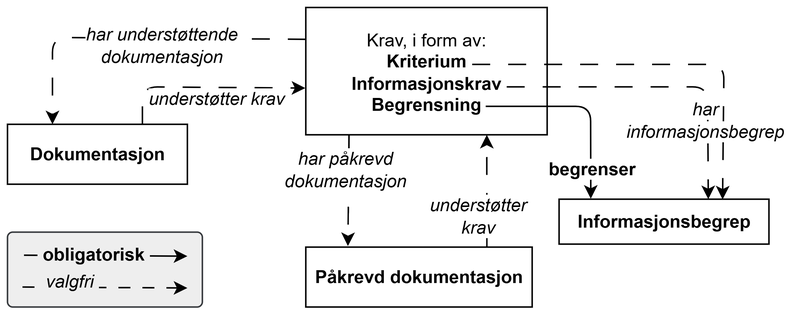
This is docs/images/CCCEV-AP-NO-forenklet-fremstilling.png from Informasjonsforvaltning/cccev-ap-no, a draw.io export, as it was before one commit. Source tidied: cells renumbered, new cells last; positions are measured from the earlier drawing's top-left corner, leaving out a move shared by most shapes.
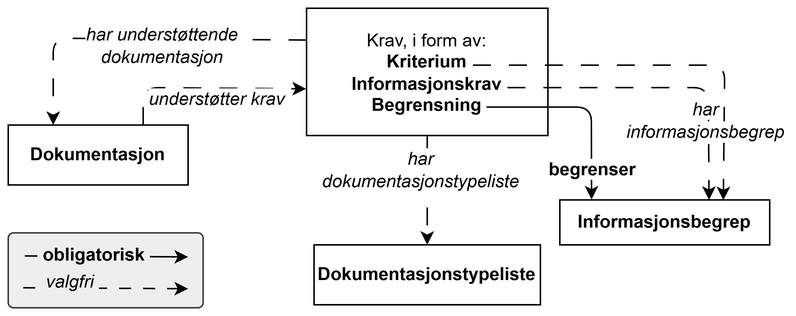
The same file after the commit.

Commit message:
Oppdaterer forenklet og "fullstendig" klassetegninger

Change to the diagram source:
```diff
@@ -5,7 +5,7 @@
     <mxCell id="2" value="Krav, i form av:&lt;br&gt;&lt;b&gt;Kriterium&lt;/b&gt;&lt;br&gt;&lt;b&gt;Informasjonskrav&lt;/b&gt;&lt;br&gt;&lt;b&gt;Begrensning&lt;/b&gt;" style="rounded=0;whiteSpace=wrap;html=1;" parent="1" vertex="1">
       <mxGeometry x="199" width="161" height="85" as="geometry" />
     </mxCell>
-    <mxCell id="3" style="endArrow=classic;html=1;rounded=1;curved=0;dashed=1;dashPattern=12 12;exitX=0.179;exitY=1;exitDx=0;exitDy=0;entryX=0.186;entryY=-0.017;entryDx=0;entryDy=0;entryPerimeter=0;exitPerimeter=0;" parent="1" edge="1" source="2" target="12">
+    <mxCell id="3" style="endArrow=classic;html=1;rounded=1;curved=0;dashed=1;dashPattern=12 12;exitX=0.5;exitY=1;exitDx=0;exitDy=0;entryX=0.5;entryY=0;entryDx=0;entryDy=0;" parent="1" edge="1" source="2" target="12">
       <mxGeometry relative="1" as="geometry" />
     </mxCell>
     <mxCell id="4" style="endArrow=classic;html=1;rounded=1;curved=0;dashed=1;dashPattern=12 12;entryX=-0.002;entryY=0.633;entryDx=0;entryDy=0;exitX=0.75;exitY=0;exitDx=0;exitDy=0;entryPerimeter=0;" parent="1" edge="1" source="13" target="2">
@@ -51,8 +51,8 @@
     <mxCell id="11" value="&lt;span style=&quot;background-color: rgb(255, 255, 255);&quot;&gt;&lt;i&gt;har&lt;/i&gt;&lt;/span&gt;&lt;div&gt;&lt;span style=&quot;background-color: rgb(255, 255, 255);&quot;&gt;&lt;i&gt;informasjonsbegrep&lt;/i&gt;&lt;br&gt;&lt;/span&gt;&lt;/div&gt;" style="text;html=1;strokeColor=none;fillColor=none;align=center;verticalAlign=middle;whiteSpace=wrap;rounded=0;" parent="1" vertex="1">
       <mxGeometry x="411" y="65" width="109" height="20" as="geometry" />
     </mxCell>
-    <mxCell id="12" value="&lt;b&gt;Påkrevd dokumentasjon&lt;/b&gt;" style="rounded=0;whiteSpace=wrap;html=1;" parent="1" vertex="1">
-      <mxGeometry x="199" y="160" width="151" height="40" as="geometry" />
+    <mxCell id="12" value="&lt;b&gt;Dokumentasjonstypeliste&lt;/b&gt;" style="rounded=0;whiteSpace=wrap;html=1;" parent="1" vertex="1">
+      <mxGeometry x="204" y="158" width="151" height="40" as="geometry" />
     </mxCell>
     <mxCell id="13" value="&lt;div&gt;&lt;b style=&quot;background-color: transparent; color: light-dark(rgb(0, 0, 0), rgb(255, 255, 255));&quot;&gt;Dokumentasjon&lt;/b&gt;&lt;/div&gt;" style="rounded=0;whiteSpace=wrap;html=1;" parent="1" vertex="1">
       <mxGeometry y="78" width="120" height="40" as="geometry" />
@@ -67,15 +67,9 @@
     <mxCell id="15" value="&lt;span style=&quot;background-color: rgb(255, 255, 255);&quot;&gt;&lt;i&gt;har understøttende dokumentasjon&lt;/i&gt;&lt;br&gt;&lt;/span&gt;" style="text;html=1;strokeColor=none;fillColor=none;align=center;verticalAlign=middle;whiteSpace=wrap;rounded=0;" parent="1" vertex="1">
       <mxGeometry x="46" y="15" width="113.6" height="20" as="geometry" />
     </mxCell>
-    <mxCell id="16" value="&lt;span style=&quot;background-color: rgb(255, 255, 255);&quot;&gt;&lt;i&gt;har påkrevd dokumentasjon&lt;/i&gt;&lt;br&gt;&lt;/span&gt;" style="text;html=1;strokeColor=none;fillColor=none;align=center;verticalAlign=middle;whiteSpace=wrap;rounded=0;" parent="1" vertex="1">
-      <mxGeometry x="180" y="98" width="90.6" height="20" as="geometry" />
+    <mxCell id="16" value="&lt;span style=&quot;background-color: rgb(255, 255, 255);&quot;&gt;&lt;i&gt;har dokumentasjonstypeliste&lt;/i&gt;&lt;br&gt;&lt;/span&gt;" style="text;html=1;strokeColor=none;fillColor=none;align=center;verticalAlign=middle;whiteSpace=wrap;rounded=0;" parent="1" vertex="1">
+      <mxGeometry x="230" y="98" width="90.6" height="20" as="geometry" />
     </mxCell>
-    <mxCell id="17" style="endArrow=classic;html=1;rounded=1;curved=0;dashed=1;dashPattern=12 12;exitX=0.8;exitY=-0.004;exitDx=0;exitDy=0;exitPerimeter=0;entryX=0.75;entryY=1;entryDx=0;entryDy=0;" parent="1" edge="1" source="12" target="2">
-      <mxGeometry relative="1" as="geometry" />
-    </mxCell>
-    <mxCell id="18" value="&lt;span style=&quot;background-color: rgb(255, 255, 255);&quot;&gt;&lt;i&gt;understøtter&lt;/i&gt;&lt;/span&gt;&lt;div&gt;&lt;span style=&quot;background-color: rgb(255, 255, 255);&quot;&gt;&lt;i&gt;krav&lt;/i&gt;&lt;br&gt;&lt;/span&gt;&lt;/div&gt;" style="text;html=1;strokeColor=none;fillColor=none;align=center;verticalAlign=middle;whiteSpace=wrap;rounded=0;" parent="1" vertex="1">
-      <mxGeometry x="273.8" y="128" width="80" height="22" as="geometry" />
-    </mxCell>
     <mxCell id="19" style="group;" parent="1" vertex="1">
       <mxGeometry y="150" width="130" height="50" as="geometry" />
     </mxCell>
```
